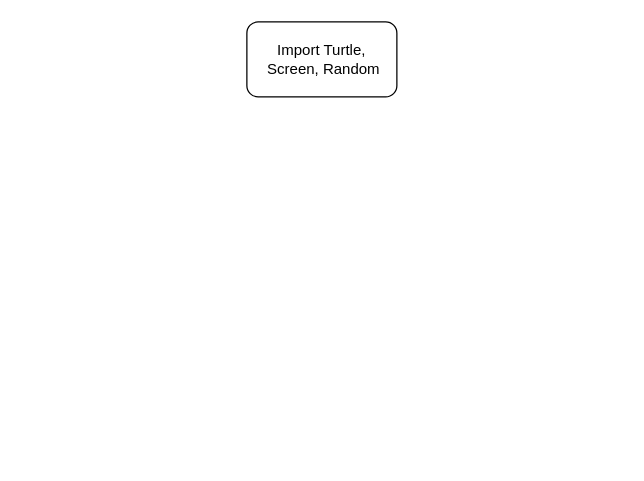
The draw.io diagram turtle_etch_a_sketch.drawio in Matasem-h/new_flowcharts, before the edit. Source tidied: cells renumbered, new cells numbered last; positions are measured from the earlier drawing's top-left corner, leaving out a move shared by most shapes. Both pictures are drawn from the tidied source at 125%, with x=0, y=0 at pixel (246, 21).
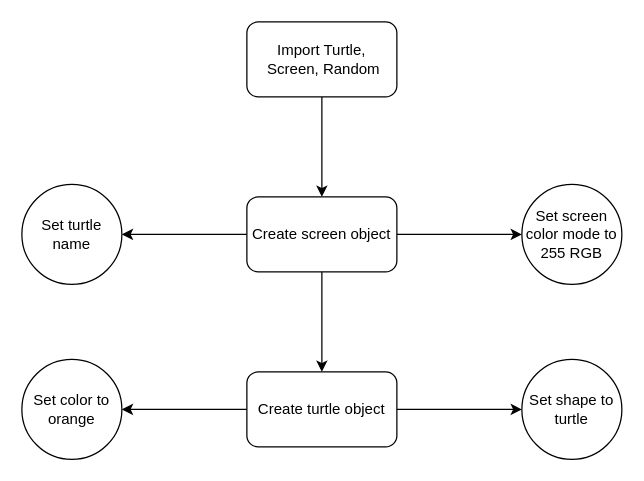
After the change.

Diff of the diagram source:
```diff
@@
 <mxGraphModel>
   <root>
     <mxCell id="0" />
     <mxCell id="1" parent="0" />
+    <mxCell id="3" style="edgeStyle=orthogonalEdgeStyle;rounded=0;jettySize=auto;html=1;" parent="1" edge="1" source="2" target="7">
+      <mxGeometry relative="1" as="geometry" />
+    </mxCell>
     <mxCell id="2" value="&lt;div&gt;Import Turtle,&lt;/div&gt;&lt;div&gt;&amp;nbsp;Screen, Random&lt;br&gt;&lt;/div&gt;" style="rounded=1;whiteSpace=wrap;html=1;" parent="1" vertex="1">
       <mxGeometry width="120" height="60" as="geometry" />
     </mxCell>
+    <mxCell id="4" style="edgeStyle=orthogonalEdgeStyle;rounded=0;jettySize=auto;html=1;" parent="1" edge="1" source="7" target="8">
+      <mxGeometry relative="1" as="geometry" />
+    </mxCell>
+    <mxCell id="5" style="edgeStyle=orthogonalEdgeStyle;rounded=0;jettySize=auto;html=1;" parent="1" edge="1" source="7" target="11">
+      <mxGeometry relative="1" as="geometry" />
+    </mxCell>
+    <mxCell id="6" style="edgeStyle=orthogonalEdgeStyle;rounded=0;jettySize=auto;html=1;" parent="1" edge="1" source="7" target="14">
+      <mxGeometry relative="1" as="geometry" />
+    </mxCell>
+    <mxCell id="7" value="Create screen object" style="whiteSpace=wrap;html=1;rounded=1;" parent="1" vertex="1">
+      <mxGeometry y="140" width="120" height="60" as="geometry" />
+    </mxCell>
+    <mxCell id="8" value="Set screen color mode to 255 RGB" style="ellipse;whiteSpace=wrap;html=1;rounded=1;" parent="1" vertex="1">
+      <mxGeometry x="220" y="130" width="80" height="80" as="geometry" />
+    </mxCell>
+    <mxCell id="9" style="edgeStyle=orthogonalEdgeStyle;rounded=0;jettySize=auto;html=1;" parent="1" edge="1" source="11" target="12">
+      <mxGeometry relative="1" as="geometry" />
+    </mxCell>
+    <mxCell id="10" style="edgeStyle=orthogonalEdgeStyle;rounded=0;jettySize=auto;html=1;" parent="1" edge="1" source="11" target="13">
+      <mxGeometry relative="1" as="geometry" />
+    </mxCell>
+    <mxCell id="11" value="Create turtle object" style="whiteSpace=wrap;html=1;rounded=1;" parent="1" vertex="1">
+      <mxGeometry y="280" width="120" height="60" as="geometry" />
+    </mxCell>
+    <mxCell id="12" value="Set shape to turtle" style="ellipse;whiteSpace=wrap;html=1;rounded=1;" parent="1" vertex="1">
+      <mxGeometry x="220" y="270" width="80" height="80" as="geometry" />
+    </mxCell>
+    <mxCell id="13" value="Set color to orange" style="ellipse;whiteSpace=wrap;html=1;rounded=1;" parent="1" vertex="1">
+      <mxGeometry x="-180" y="270" width="80" height="80" as="geometry" />
+    </mxCell>
+    <mxCell id="14" value="Set turtle name" style="ellipse;whiteSpace=wrap;html=1;rounded=1;" parent="1" vertex="1">
+      <mxGeometry x="-180" y="130" width="80" height="80" as="geometry" />
+    </mxCell>
   </root>
 </mxGraphModel>
```
